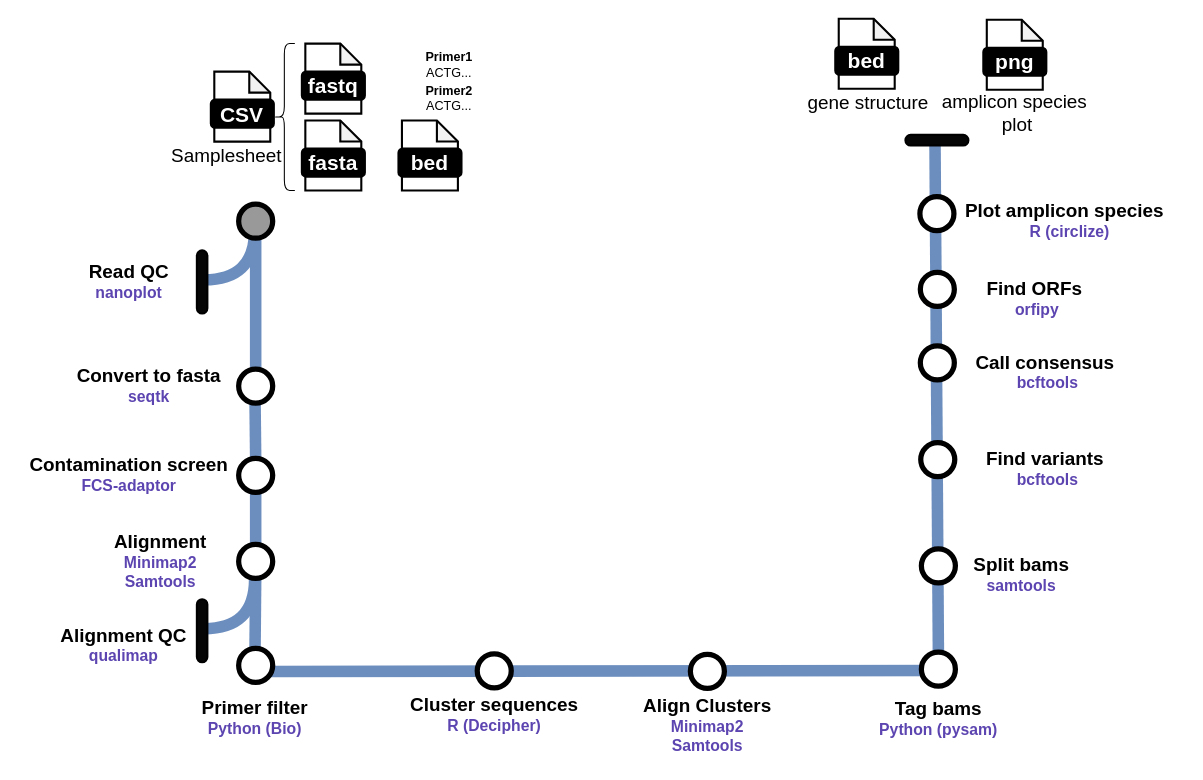
Above: docs/images/HiFiAmplicon_Metromap.drawio in rlinder02/rl-hifiampliconanalysis (draw.io), before the change. Source tidied: cells renumbered, new cells numbered last; positions are measured from the earlier drawing's top-left corner, leaving out a move shared by most shapes. Both pictures are drawn from the tidied source at 105%, with x=0, y=0 at pixel (18, 18).
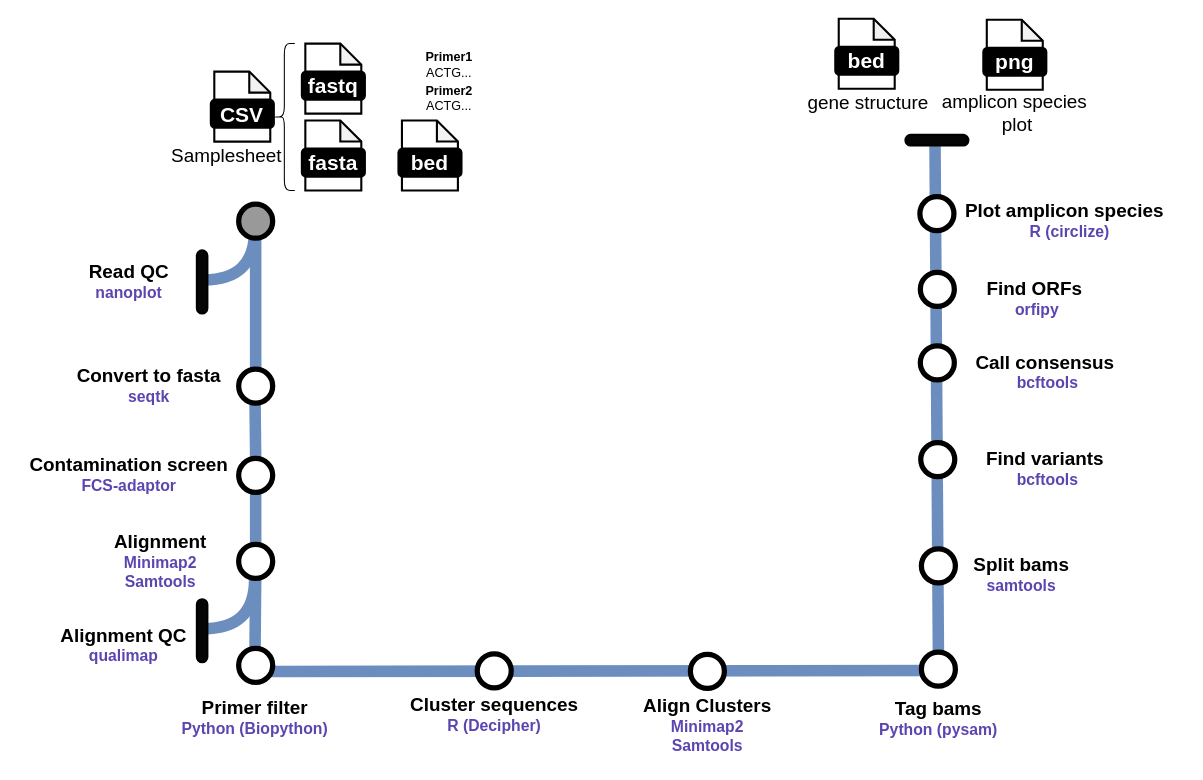
The same page after the edit.

Change to the diagram source:
```diff
@@
-    <mxCell id="49" value="&lt;span style=&quot;font-size: 18px;&quot;&gt;&lt;b&gt;Primer filter&lt;/b&gt;&lt;/span&gt;&lt;div&gt;&lt;font color=&quot;#5c45b0&quot;&gt;&lt;span style=&quot;font-size: 15px;&quot;&gt;&lt;b&gt;Python (Bio)&lt;/b&gt;&lt;/span&gt;&lt;/font&gt;&lt;/div&gt;" style="text;html=1;align=center;verticalAlign=middle;strokeColor=none;fillColor=none;" parent="1" vertex="1">
-      <mxGeometry x="165" y="641" width="120" height="50" as="geometry" />
+    <mxCell id="49" value="&lt;span style=&quot;font-size: 18px;&quot;&gt;&lt;b&gt;Primer filter&lt;/b&gt;&lt;/span&gt;&lt;div&gt;&lt;font color=&quot;#5c45b0&quot;&gt;&lt;span style=&quot;font-size: 15px;&quot;&gt;&lt;b&gt;Python (Biopython)&lt;/b&gt;&lt;/span&gt;&lt;/font&gt;&lt;/div&gt;" style="text;html=1;align=center;verticalAlign=middle;strokeColor=none;fillColor=none;" parent="1" vertex="1">
+      <mxGeometry x="145" y="641" width="160" height="50" as="geometry" />
     </mxCell>
```
